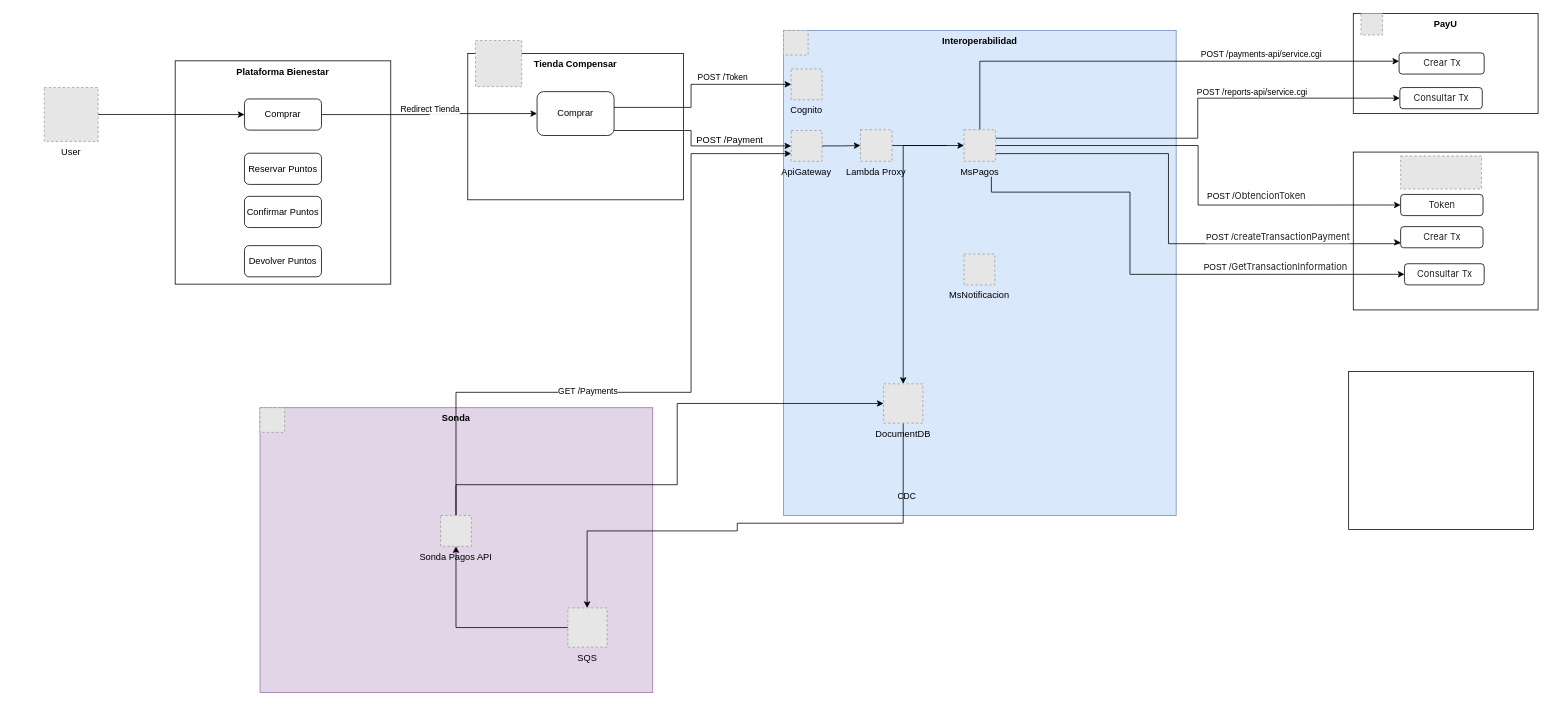
This is page "Page-1" (1 of 2) of R+D.drawio from carlosvalderrama1204/diagrams, a draw.io file, before an edit. Source tidied: cells renumbered, new cells numbered last; positions are measured from the earlier drawing's top-left corner, leaving out a move shared by most shapes. Both pictures are drawn from the tidied source at 77%, with x=0, y=0 at pixel (44, 13). Pictures stored in the file or linked from it are replaced by grey dashed boxes.
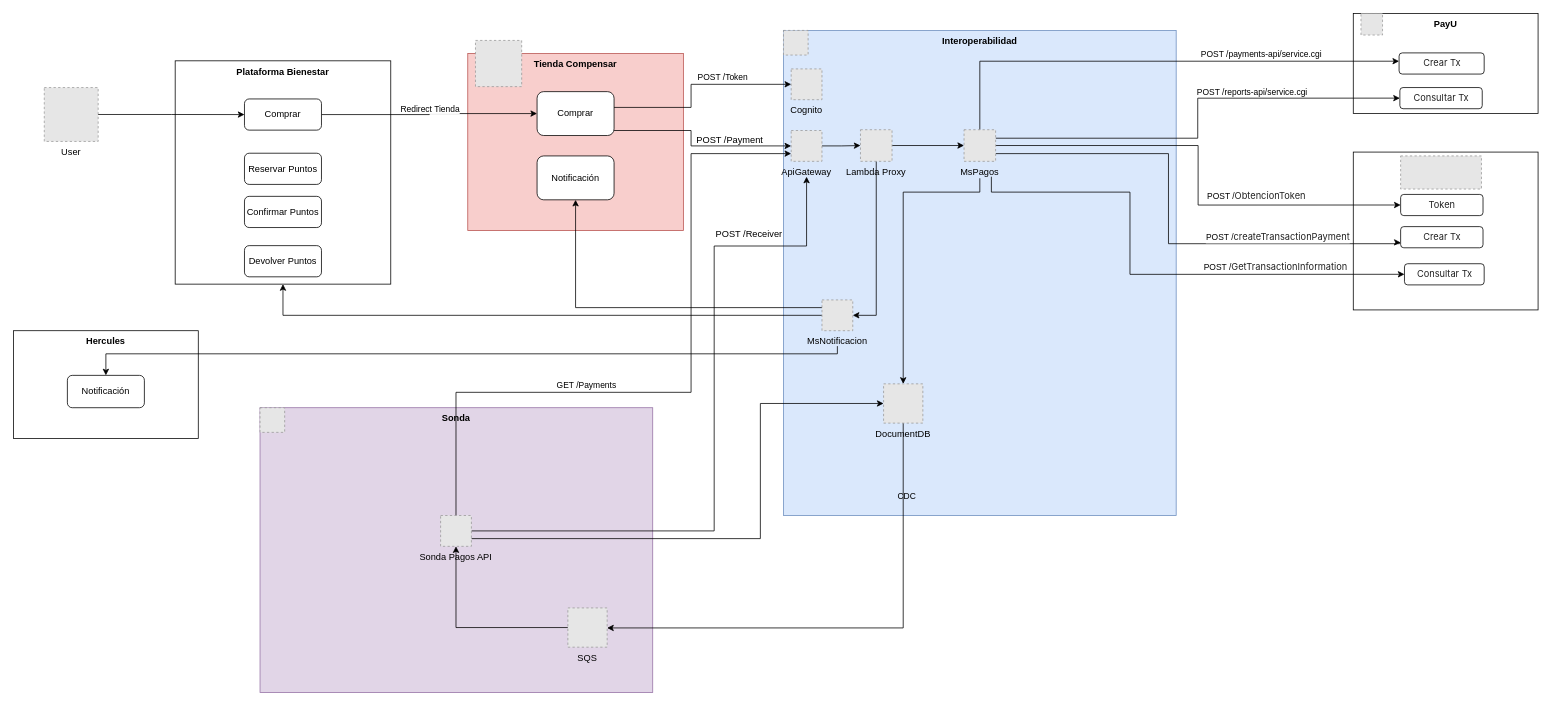
After the change.

Unchanged cells that the change refers to:
```xml
<mxCell id="9" value="Plataforma Bienestar" style="rounded=0;whiteSpace=wrap;html=1;verticalAlign=top;fontStyle=1;textShadow=0;" parent="1" vertex="1">
  <mxGeometry x="170" y="61.5" width="280" height="290" as="geometry" />
</mxCell>
<mxCell id="21" value="ApiGateway" style="fillColor=#E6E6E6;strokeColor=#999999;dashed=1;verticalLabelPosition=bottom;labelBackgroundColor=none;verticalAlign=top;" parent="1" vertex="1">
  <mxGeometry x="970" y="152" width="40" height="40" as="geometry" />
</mxCell>
<mxCell id="25" value="Lambda Proxy" style="fillColor=#E6E6E6;strokeColor=#999999;dashed=1;verticalLabelPosition=bottom;labelBackgroundColor=none;verticalAlign=top;" parent="1" vertex="1">
  <mxGeometry x="1060" y="151" width="41" height="41" as="geometry" />
</mxCell>
<mxCell id="37" value="MsPagos" style="fillColor=#E6E6E6;strokeColor=#999999;dashed=1;verticalLabelPosition=bottom;labelBackgroundColor=none;verticalAlign=top;" parent="1" vertex="1">
  <mxGeometry x="1194.5" y="151" width="41" height="41" as="geometry" />
</mxCell>
<mxCell id="40" value="DocumentDB" style="fillColor=#E6E6E6;strokeColor=#999999;dashed=1;verticalLabelPosition=bottom;labelBackgroundColor=none;verticalAlign=top;" parent="1" vertex="1">
  <mxGeometry x="1090" y="481" width="51" height="51" as="geometry" />
</mxCell>
<mxCell id="52" style="edgeStyle=orthogonalEdgeStyle;rounded=0;jettySize=auto;html=1;entryX=0;entryY=0.75;entryDx=0;entryDy=0;" parent="1" edge="1" source="55" target="21">
  <mxGeometry relative="1" as="geometry">
    <Array as="points">
      <mxPoint x="535" y="492" />
      <mxPoint x="840" y="492" />
      <mxPoint x="840" y="182" />
    </Array>
  </mxGeometry>
</mxCell>
<mxCell id="55" value="Sonda Pagos API" style="fillColor=#E6E6E6;strokeColor=#999999;dashed=1;verticalLabelPosition=bottom;labelBackgroundColor=none;verticalAlign=top;" parent="1" vertex="1">
  <mxGeometry x="514.7" y="652" width="40" height="40" as="geometry" />
</mxCell>
<mxCell id="57" value="SQS" style="fillColor=#E6E6E6;strokeColor=#999999;dashed=1;verticalLabelPosition=bottom;labelBackgroundColor=none;verticalAlign=top;" parent="1" vertex="1">
  <mxGeometry x="680" y="772" width="51" height="51" as="geometry" />
</mxCell>
```

The edit, as a diff of the source:
```diff
@@
+    <mxCell id="59" value="Hercules" style="rounded=0;whiteSpace=wrap;html=1;fontStyle=1;verticalAlign=top;" parent="1" vertex="1">
+      <mxGeometry x="-40" y="412" width="240" height="140" as="geometry" />
+    </mxCell>
@@
-    <mxCell id="7" value="Tienda Compensar" style="rounded=0;whiteSpace=wrap;html=1;verticalAlign=top;fontStyle=1;textShadow=0;" parent="1" vertex="1">
-      <mxGeometry x="550" y="52" width="280" height="190" as="geometry" />
+    <mxCell id="7" value="Tienda Compensar" style="rounded=0;whiteSpace=wrap;html=1;verticalAlign=top;fontStyle=1;textShadow=0;fillColor=#f8cecc;strokeColor=#b85450;" parent="1" vertex="1">
+      <mxGeometry x="550" y="52" width="280" height="230" as="geometry" />
     </mxCell>
@@
+    <mxCell id="60" style="edgeStyle=orthogonalEdgeStyle;rounded=0;jettySize=auto;html=1;" parent="1" edge="1" source="25" target="58">
+      <mxGeometry relative="1" as="geometry">
+        <Array as="points">
+          <mxPoint x="1081" y="392" />
+        </Array>
+      </mxGeometry>
+    </mxCell>
@@
     <mxCell id="26" style="edgeStyle=orthogonalEdgeStyle;rounded=0;jettySize=auto;html=1;entryX=0.5;entryY=0;entryDx=0;entryDy=0;sourcePerimeterSpacing=22;" parent="1" edge="1" source="37" target="40">
-      <mxGeometry relative="1" as="geometry" />
+      <mxGeometry relative="1" as="geometry">
+        <Array as="points">
+          <mxPoint x="1215" y="232" />
+          <mxPoint x="1115" y="232" />
+        </Array>
+      </mxGeometry>
     </mxCell>
@@
     <mxCell id="38" style="edgeStyle=orthogonalEdgeStyle;rounded=0;jettySize=auto;html=1;" parent="1" edge="1" source="40" target="57">
       <mxGeometry relative="1" as="geometry">
         <Array as="points">
-          <mxPoint x="1115" y="662" />
-          <mxPoint x="900" y="662" />
-          <mxPoint x="900" y="672" />
-          <mxPoint x="705" y="672" />
+          <mxPoint x="1115" y="798" />
         </Array>
       </mxGeometry>
     </mxCell>
@@
     <mxCell id="53" value="GET /Payments" style="edgeLabel;html=1;align=center;verticalAlign=middle;" parent="52" vertex="1">
       <mxGeometry x="-0.3" y="-4" relative="1" as="geometry">
-        <mxPoint x="14" y="-6" as="offset" />
+        <mxPoint x="12" y="-14" as="offset" />
       </mxGeometry>
     </mxCell>
     <mxCell id="54" style="edgeStyle=orthogonalEdgeStyle;rounded=0;jettySize=auto;html=1;entryX=0;entryY=0.5;entryDx=0;entryDy=0;" parent="1" edge="1" source="55" target="40">
       <mxGeometry relative="1" as="geometry">
         <Array as="points">
-          <mxPoint x="535" y="612" />
-          <mxPoint x="822" y="612" />
-          <mxPoint x="822" y="506" />
+          <mxPoint x="930" y="682" />
+          <mxPoint x="930" y="506" />
         </Array>
       </mxGeometry>
     </mxCell>
+    <mxCell id="61" style="edgeStyle=orthogonalEdgeStyle;rounded=0;jettySize=auto;html=1;targetPerimeterSpacing=20;" parent="1" edge="1" source="55" target="21">
+      <mxGeometry relative="1" as="geometry">
+        <Array as="points">
+          <mxPoint x="870" y="672" />
+          <mxPoint x="870" y="302" />
+          <mxPoint x="990" y="302" />
+        </Array>
+      </mxGeometry>
+    </mxCell>
@@
+    <mxCell id="62" style="edgeStyle=orthogonalEdgeStyle;rounded=0;jettySize=auto;html=1;" parent="1" edge="1" source="58" target="66">
+      <mxGeometry relative="1" as="geometry">
+        <Array as="points">
+          <mxPoint x="690" y="382" />
+        </Array>
+      </mxGeometry>
+    </mxCell>
+    <mxCell id="63" style="edgeStyle=orthogonalEdgeStyle;rounded=0;jettySize=auto;html=1;entryX=0.5;entryY=1;entryDx=0;entryDy=0;" parent="1" edge="1" source="58" target="9">
+      <mxGeometry relative="1" as="geometry" />
+    </mxCell>
+    <mxCell id="64" style="edgeStyle=orthogonalEdgeStyle;rounded=0;jettySize=auto;html=1;sourcePerimeterSpacing=20;" parent="1" edge="1" source="58" target="67">
+      <mxGeometry relative="1" as="geometry">
+        <Array as="points">
+          <mxPoint x="1030" y="442" />
+          <mxPoint x="80" y="442" />
+        </Array>
+      </mxGeometry>
+    </mxCell>
     <mxCell id="58" value="MsNotificacion" style="fillColor=#E6E6E6;strokeColor=#999999;dashed=1;verticalLabelPosition=bottom;labelBackgroundColor=none;verticalAlign=top;" parent="1" vertex="1">
-      <mxGeometry x="1194.5" y="312.5" width="40" height="40" as="geometry" />
+      <mxGeometry x="1010" y="372" width="40" height="40" as="geometry" />
     </mxCell>
-    <mxCell id="59" style="rounded=0;whiteSpace=wrap;html=1;" parent="1" vertex="1">
-      <mxGeometry x="1694" y="465" width="240" height="205" as="geometry" />
-    </mxCell>
+    <mxCell id="65" value="POST /Receiver" style="text;html=1;align=center;verticalAlign=middle;strokeColor=none;fillColor=none;" parent="1" vertex="1">
+      <mxGeometry x="860" y="271.5" width="110" height="30" as="geometry" />
+    </mxCell>
+    <mxCell id="66" value="Notificación" style="rounded=1;whiteSpace=wrap;html=1;" parent="1" vertex="1">
+      <mxGeometry x="640" y="185" width="100" height="57" as="geometry" />
+    </mxCell>
+    <mxCell id="67" value="Notificación" style="rounded=1;whiteSpace=wrap;html=1;" parent="1" vertex="1">
+      <mxGeometry x="30" y="470" width="100" height="42" as="geometry" />
+    </mxCell>
```
